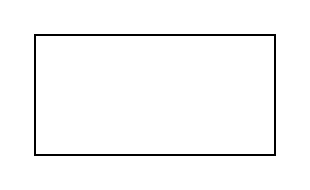
The draw.io diagram ER Diagram.drawio in bennyphoe1998/CS2102-Project, before the edit. Source tidied: cells renumbered, new cells numbered last; positions are measured from the earlier drawing's top-left corner, leaving out a move shared by most shapes. Both pictures are drawn from the tidied source at 200%, with x=0, y=0 at pixel (34, 34).
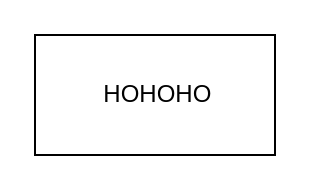
The same diagram, later.

The edit, as a diff of the source:
```diff
@@
 <mxGraphModel>
   <root>
     <mxCell id="0" />
     <mxCell id="1" parent="0" />
-    <mxCell id="2" style="rounded=0;whiteSpace=wrap;html=1;" parent="1" vertex="1">
+    <mxCell id="2" value="&amp;nbsp;HOHOHO" style="rounded=0;whiteSpace=wrap;html=1;" parent="1" vertex="1">
       <mxGeometry width="120" height="60" as="geometry" />
     </mxCell>
   </root>
 </mxGraphModel>
```
